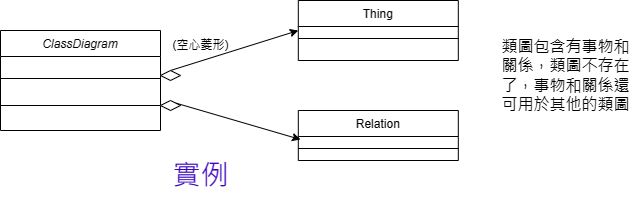
Above: 6.2.2.drawio.png in 11024117/SEM (draw.io), before the change. Source tidied: cells renumbered, new cells last; positions are measured from the earlier drawing's top-left corner, leaving out a move shared by most shapes.
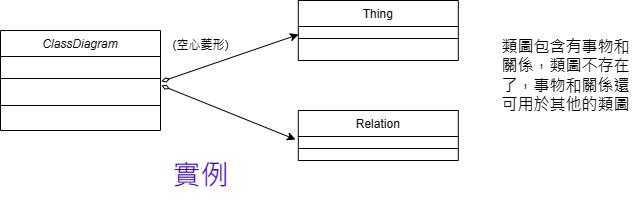
The same diagram one commit later.

Commit message:
更新6.2.1聚合關係.drawio.png

Change to the diagram source:
```diff
@@ -23,20 +23,6 @@
     <mxCell id="8" style="line;html=1;strokeWidth=1;align=left;verticalAlign=middle;spacingTop=-1;spacingLeft=3;spacingRight=3;labelPosition=right;" parent="7" vertex="1">
       <mxGeometry y="26" width="160" height="24" as="geometry" />
     </mxCell>
-    <mxCell id="9" style="rounded=0;jettySize=auto;html=1;exitX=0.5;exitY=0;exitDx=0;exitDy=0;entryX=0;entryY=0.5;entryDx=0;entryDy=0;" parent="1" edge="1" source="10" target="7">
-      <mxGeometry relative="1" as="geometry" />
-    </mxCell>
-    <mxCell id="10" style="rhombus;whiteSpace=wrap;html=1;" parent="1" vertex="1">
-      <mxGeometry x="160" y="70" width="20" height="10" as="geometry" />
-    </mxCell>
-    <mxCell id="11" style="rounded=0;jettySize=auto;html=1;exitX=1;exitY=0;exitDx=0;exitDy=0;entryX=0;entryY=0.5;entryDx=0;entryDy=0;" parent="1" edge="1" source="12">
-      <mxGeometry relative="1" as="geometry">
-        <mxPoint x="300" y="139" as="targetPoint" />
-      </mxGeometry>
-    </mxCell>
-    <mxCell id="12" style="rhombus;whiteSpace=wrap;html=1;" parent="1" vertex="1">
-      <mxGeometry x="160" y="100" width="20" height="10" as="geometry" />
-    </mxCell>
     <mxCell id="13" value="(空心菱形)" style="text;html=1;align=center;verticalAlign=middle;strokeColor=none;fillColor=none;" parent="1" vertex="1">
       <mxGeometry x="160" y="30" width="80" height="30" as="geometry" />
     </mxCell>
@@ -46,5 +32,17 @@
     <mxCell id="15" value="&lt;font style=&quot;font-size: 16px;&quot;&gt;類圖包含有事物和&lt;br&gt;關係，類圖不存在&lt;br&gt;了，事物和關係還&lt;br&gt;可用於其他的類圖&lt;/font&gt;" style="text;html=1;align=center;verticalAlign=middle;strokeColor=none;fillColor=none;" parent="1" vertex="1">
       <mxGeometry x="490" y="30" width="150" height="90" as="geometry" />
     </mxCell>
+    <mxCell id="16" style="endArrow=classic;html=1;rounded=0;startArrow=diamondThin;startFill=0;" parent="1" edge="1">
+      <mxGeometry relative="1" as="geometry">
+        <mxPoint x="161" y="81" as="sourcePoint" />
+        <mxPoint x="298" y="34" as="targetPoint" />
+      </mxGeometry>
+    </mxCell>
+    <mxCell id="17" style="endArrow=classic;html=1;rounded=0;startArrow=diamondThin;startFill=0;" parent="1" edge="1">
+      <mxGeometry relative="1" as="geometry">
+        <mxPoint x="161" y="85" as="sourcePoint" />
+        <mxPoint x="295" y="139" as="targetPoint" />
+      </mxGeometry>
+    </mxCell>
   </root>
 </mxGraphModel>
```
